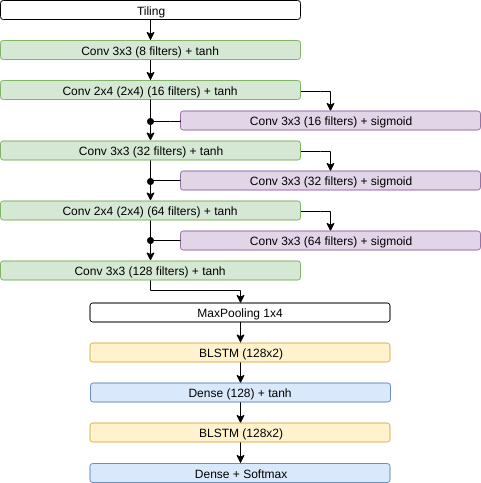
Above: doc/arch/bluche/bluche.png in arthurflor23/handwritten-text-recognition (draw.io), before the change. Source tidied: cells renumbered, new cells last; positions are measured from the earlier drawing's top-left corner, leaving out a move shared by most shapes.
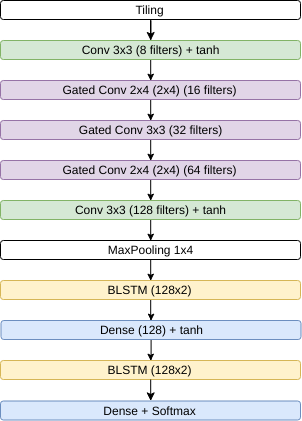
Above is the later version.

Commit message:
Update Bluche workflow

What changed in the source:
```diff
@@ -6,121 +6,64 @@
       <mxGeometry relative="1" as="geometry" />
     </mxCell>
     <mxCell id="3" value="Tiling" style="rounded=1;whiteSpace=wrap;html=1;" parent="1" vertex="1">
-      <mxGeometry width="300" height="19" as="geometry" />
+      <mxGeometry x="-100" y="-40" width="300" height="19" as="geometry" />
     </mxCell>
-    <mxCell id="4" style="edgeStyle=orthogonalEdgeStyle;rounded=0;jettySize=auto;html=1;" parent="1" edge="1" source="5" target="7">
-      <mxGeometry relative="1" as="geometry" />
-    </mxCell>
+    <mxCell id="32" style="edgeStyle=orthogonalEdgeStyle;rounded=0;jettySize=auto;html=1;entryX=0.5;entryY=0;entryDx=0;entryDy=0;" parent="1" edge="1" source="5" target="34">
+      <mxGeometry relative="1" as="geometry" />
+    </mxCell>
     <mxCell id="5" value="Conv 3x3 (8 filters) + tanh" style="rounded=1;whiteSpace=wrap;html=1;fillColor=#d5e8d4;strokeColor=#82b366;" parent="1" vertex="1">
-      <mxGeometry y="40" width="300" height="19" as="geometry" />
+      <mxGeometry x="-100" width="300" height="19" as="geometry" />
     </mxCell>
-    <mxCell id="6" style="edgeStyle=orthogonalEdgeStyle;rounded=0;jettySize=auto;html=1;entryX=0.5;entryY=0;entryDx=0;entryDy=0;" parent="1" edge="1" source="7" target="8">
-      <mxGeometry relative="1" as="geometry">
-        <Array as="points">
-          <mxPoint x="320" y="91" />
-          <mxPoint x="330" y="91" />
-        </Array>
-      </mxGeometry>
-    </mxCell>
-    <mxCell id="7" value="Conv 2x4 (2x4) (16 filters)&amp;nbsp;+ tanh" style="rounded=1;whiteSpace=wrap;html=1;fillColor=#d5e8d4;strokeColor=#82b366;" parent="1" vertex="1">
-      <mxGeometry y="80" width="300" height="19" as="geometry" />
-    </mxCell>
-    <mxCell id="8" value="Conv 3x3 (16 filters) + sigmoid" style="rounded=1;whiteSpace=wrap;html=1;fillColor=#e1d5e7;strokeColor=#9673a6;" parent="1" vertex="1">
-      <mxGeometry x="180" y="110.5" width="300" height="19" as="geometry" />
-    </mxCell>
-    <mxCell id="9" value="Conv 3x3&amp;nbsp;(32 filters)&amp;nbsp;+ sigmoid" style="rounded=1;whiteSpace=wrap;html=1;fillColor=#e1d5e7;strokeColor=#9673a6;" parent="1" vertex="1">
-      <mxGeometry x="180" y="170.5" width="300" height="19" as="geometry" />
-    </mxCell>
-    <mxCell id="10" style="edgeStyle=orthogonalEdgeStyle;rounded=0;jettySize=auto;html=1;entryX=0.5;entryY=0;entryDx=0;entryDy=0;" parent="1" edge="1" source="11" target="23">
-      <mxGeometry relative="1" as="geometry">
-        <Array as="points">
-          <mxPoint x="320" y="211" />
-          <mxPoint x="330" y="211" />
-        </Array>
-      </mxGeometry>
-    </mxCell>
-    <mxCell id="11" value="Conv 2x4 (2x4) (64 filters)&amp;nbsp;+ tanh" style="rounded=1;whiteSpace=wrap;html=1;fillColor=#d5e8d4;strokeColor=#82b366;" parent="1" vertex="1">
-      <mxGeometry y="200.5" width="300" height="19" as="geometry" />
-    </mxCell>
+    <mxCell id="33" style="edgeStyle=orthogonalEdgeStyle;rounded=0;jettySize=auto;html=1;entryX=0.5;entryY=0;entryDx=0;entryDy=0;" parent="1" edge="1" source="34" target="36">
+      <mxGeometry relative="1" as="geometry" />
+    </mxCell>
+    <mxCell id="34" value="Gated Conv 2x4 (2x4) (16 filters)" style="rounded=1;whiteSpace=wrap;html=1;fillColor=#e1d5e7;strokeColor=#9673a6;" parent="1" vertex="1">
+      <mxGeometry x="-100" y="40" width="300" height="19" as="geometry" />
+    </mxCell>
+    <mxCell id="35" style="edgeStyle=orthogonalEdgeStyle;rounded=0;jettySize=auto;html=1;entryX=0.5;entryY=0;entryDx=0;entryDy=0;" parent="1" edge="1" source="36" target="43">
+      <mxGeometry relative="1" as="geometry" />
+    </mxCell>
+    <mxCell id="36" value="Gated Conv 3x3&amp;nbsp;(32 filters)" style="rounded=1;whiteSpace=wrap;html=1;fillColor=#e1d5e7;strokeColor=#9673a6;" parent="1" vertex="1">
+      <mxGeometry x="-100" y="80" width="300" height="19" as="geometry" />
+    </mxCell>
     <mxCell id="12" style="edgeStyle=orthogonalEdgeStyle;rounded=0;jettySize=auto;html=1;entryX=0.5;entryY=0;entryDx=0;entryDy=0;" parent="1" edge="1" source="13" target="15">
-      <mxGeometry relative="1" as="geometry">
-        <Array as="points">
-          <mxPoint x="150" y="290" />
-          <mxPoint x="240" y="290" />
-        </Array>
-      </mxGeometry>
+      <mxGeometry relative="1" as="geometry" />
     </mxCell>
     <mxCell id="13" value="Conv 3x3 (128 filters)&amp;nbsp;+ tanh" style="rounded=1;whiteSpace=wrap;html=1;fillColor=#d5e8d4;strokeColor=#82b366;" parent="1" vertex="1">
-      <mxGeometry y="260.5" width="300" height="19" as="geometry" />
+      <mxGeometry x="-100" y="160" width="300" height="19" as="geometry" />
     </mxCell>
-    <mxCell id="14" style="edgeStyle=orthogonalEdgeStyle;rounded=0;jettySize=auto;html=1;" parent="1" edge="1" source="15" target="17">
-      <mxGeometry relative="1" as="geometry" />
-    </mxCell>
+    <mxCell id="37" style="edgeStyle=orthogonalEdgeStyle;rounded=0;jettySize=auto;html=1;entryX=0.5;entryY=0;entryDx=0;entryDy=0;" parent="1" edge="1" source="15" target="39">
+      <mxGeometry relative="1" as="geometry" />
+    </mxCell>
     <mxCell id="15" value="MaxPooling 1x4" style="rounded=1;whiteSpace=wrap;html=1;" parent="1" vertex="1">
-      <mxGeometry x="89.5" y="302.5" width="300" height="19" as="geometry" />
+      <mxGeometry x="-100" y="200" width="300" height="19" as="geometry" />
     </mxCell>
-    <mxCell id="16" style="edgeStyle=orthogonalEdgeStyle;rounded=0;jettySize=auto;html=1;entryX=0.5;entryY=0;entryDx=0;entryDy=0;" parent="1" edge="1" source="17" target="19">
-      <mxGeometry relative="1" as="geometry" />
-    </mxCell>
-    <mxCell id="17" value="BLSTM (128x2)" style="rounded=1;whiteSpace=wrap;html=1;fillColor=#fff2cc;strokeColor=#d6b656;" parent="1" vertex="1">
-      <mxGeometry x="89.5" y="342.5" width="300" height="19" as="geometry" />
-    </mxCell>
-    <mxCell id="18" style="edgeStyle=orthogonalEdgeStyle;rounded=0;jettySize=auto;html=1;entryX=0.5;entryY=0;entryDx=0;entryDy=0;" parent="1" edge="1" source="19" target="21">
-      <mxGeometry relative="1" as="geometry" />
-    </mxCell>
+    <mxCell id="38" style="edgeStyle=orthogonalEdgeStyle;rounded=0;jettySize=auto;html=1;" parent="1" edge="1" source="39" target="19">
+      <mxGeometry relative="1" as="geometry" />
+    </mxCell>
+    <mxCell id="39" value="BLSTM (128x2)" style="rounded=1;whiteSpace=wrap;html=1;fillColor=#fff2cc;strokeColor=#d6b656;" parent="1" vertex="1">
+      <mxGeometry x="-100" y="240" width="300" height="19" as="geometry" />
+    </mxCell>
+    <mxCell id="40" style="edgeStyle=orthogonalEdgeStyle;rounded=0;jettySize=auto;html=1;entryX=0.5;entryY=0;entryDx=0;entryDy=0;" parent="1" edge="1" source="19" target="41">
+      <mxGeometry relative="1" as="geometry" />
+    </mxCell>
     <mxCell id="19" value="Dense (128)&amp;nbsp;+ tanh" style="rounded=1;whiteSpace=wrap;html=1;fillColor=#dae8fc;strokeColor=#6c8ebf;" parent="1" vertex="1">
-      <mxGeometry x="90" y="382.5" width="300" height="19" as="geometry" />
+      <mxGeometry x="-99.5" y="280" width="300" height="19" as="geometry" />
     </mxCell>
-    <mxCell id="20" style="edgeStyle=orthogonalEdgeStyle;rounded=0;jettySize=auto;html=1;entryX=0.5;entryY=0;entryDx=0;entryDy=0;" parent="1" edge="1" source="21" target="22">
-      <mxGeometry relative="1" as="geometry" />
-    </mxCell>
-    <mxCell id="21" value="BLSTM (128x2)" style="rounded=1;whiteSpace=wrap;html=1;fillColor=#fff2cc;strokeColor=#d6b656;" parent="1" vertex="1">
-      <mxGeometry x="89.5" y="422.5" width="300" height="19" as="geometry" />
-    </mxCell>
+    <mxCell id="41" value="BLSTM (128x2)" style="rounded=1;whiteSpace=wrap;html=1;fillColor=#fff2cc;strokeColor=#d6b656;" parent="1" vertex="1">
+      <mxGeometry x="-100" y="320" width="300" height="19" as="geometry" />
+    </mxCell>
     <mxCell id="22" value="Dense + Softmax" style="rounded=1;whiteSpace=wrap;html=1;fillColor=#dae8fc;strokeColor=#6c8ebf;" parent="1" vertex="1">
-      <mxGeometry x="89.5" y="463" width="300" height="19" as="geometry" />
+      <mxGeometry x="-100" y="360.5" width="300" height="19" as="geometry" />
     </mxCell>
-    <mxCell id="23" value="Conv 3x3 (64 filters)&amp;nbsp;+ sigmoid" style="rounded=1;whiteSpace=wrap;html=1;fillColor=#e1d5e7;strokeColor=#9673a6;" parent="1" vertex="1">
-      <mxGeometry x="180" y="230.5" width="300" height="19" as="geometry" />
-    </mxCell>
-    <mxCell id="24" style="edgeStyle=orthogonalEdgeStyle;rounded=0;jettySize=auto;html=1;exitX=0.5;exitY=1;exitDx=0;exitDy=0;" parent="1" edge="1" source="7" target="28">
-      <mxGeometry relative="1" as="geometry" />
-    </mxCell>
-    <mxCell id="25" style="edgeStyle=orthogonalEdgeStyle;rounded=0;jettySize=auto;html=1;exitX=0.5;exitY=1;exitDx=0;exitDy=0;" parent="1" edge="1" source="11" target="13">
-      <mxGeometry relative="1" as="geometry" />
-    </mxCell>
-    <mxCell id="26" style="edgeStyle=orthogonalEdgeStyle;rounded=0;jettySize=auto;html=1;" parent="1" edge="1" source="28" target="11">
-      <mxGeometry relative="1" as="geometry" />
-    </mxCell>
-    <mxCell id="27" style="edgeStyle=orthogonalEdgeStyle;rounded=0;jettySize=auto;html=1;entryX=0.5;entryY=0;entryDx=0;entryDy=0;" parent="1" edge="1" source="28" target="9">
-      <mxGeometry relative="1" as="geometry">
-        <Array as="points">
-          <mxPoint x="320" y="151" />
-          <mxPoint x="330" y="151" />
-        </Array>
-      </mxGeometry>
-    </mxCell>
-    <mxCell id="28" value="Conv 3x3&amp;nbsp;(32 filters)&amp;nbsp;+ tanh" style="rounded=1;whiteSpace=wrap;html=1;fillColor=#d5e8d4;strokeColor=#82b366;" parent="1" vertex="1">
-      <mxGeometry y="140.5" width="300" height="19" as="geometry" />
-    </mxCell>
-    <mxCell id="29" style="edgeStyle=orthogonalEdgeStyle;rounded=0;jettySize=auto;html=1;endArrow=oval;endFill=1;exitX=0;exitY=0.5;exitDx=0;exitDy=0;" parent="1" edge="1" source="8">
-      <mxGeometry relative="1" as="geometry">
-        <mxPoint x="150" y="121" as="targetPoint" />
-        <Array as="points">
-          <mxPoint x="170" y="121" />
-          <mxPoint x="170" y="121" />
-        </Array>
-      </mxGeometry>
-    </mxCell>
-    <mxCell id="30" style="edgeStyle=orthogonalEdgeStyle;rounded=0;jettySize=auto;html=1;endArrow=oval;endFill=1;exitX=0;exitY=0.5;exitDx=0;exitDy=0;" parent="1" edge="1" source="9">
-      <mxGeometry relative="1" as="geometry">
-        <mxPoint x="150" y="181" as="targetPoint" />
-      </mxGeometry>
-    </mxCell>
-    <mxCell id="31" style="edgeStyle=orthogonalEdgeStyle;rounded=0;jettySize=auto;html=1;endArrow=oval;endFill=1;exitX=0;exitY=0.5;exitDx=0;exitDy=0;" parent="1" edge="1" source="23">
-      <mxGeometry relative="1" as="geometry">
-        <mxPoint x="150" y="240" as="targetPoint" />
-      </mxGeometry>
-    </mxCell>
+    <mxCell id="42" style="edgeStyle=orthogonalEdgeStyle;rounded=0;jettySize=auto;html=1;entryX=0.5;entryY=0;entryDx=0;entryDy=0;" parent="1" edge="1" source="43" target="13">
+      <mxGeometry relative="1" as="geometry" />
+    </mxCell>
+    <mxCell id="43" value="Gated Conv&amp;nbsp;2x4 (2x4)&amp;nbsp;(64 filters)" style="rounded=1;whiteSpace=wrap;html=1;fillColor=#e1d5e7;strokeColor=#9673a6;" parent="1" vertex="1">
+      <mxGeometry x="-100" y="120" width="300" height="19" as="geometry" />
+    </mxCell>
+    <mxCell id="44" style="edgeStyle=orthogonalEdgeStyle;rounded=0;jettySize=auto;html=1;entryX=0.5;entryY=0;entryDx=0;entryDy=0;" parent="1" edge="1" source="41" target="22">
+      <mxGeometry relative="1" as="geometry" />
+    </mxCell>
   </root>
 </mxGraphModel>
```
